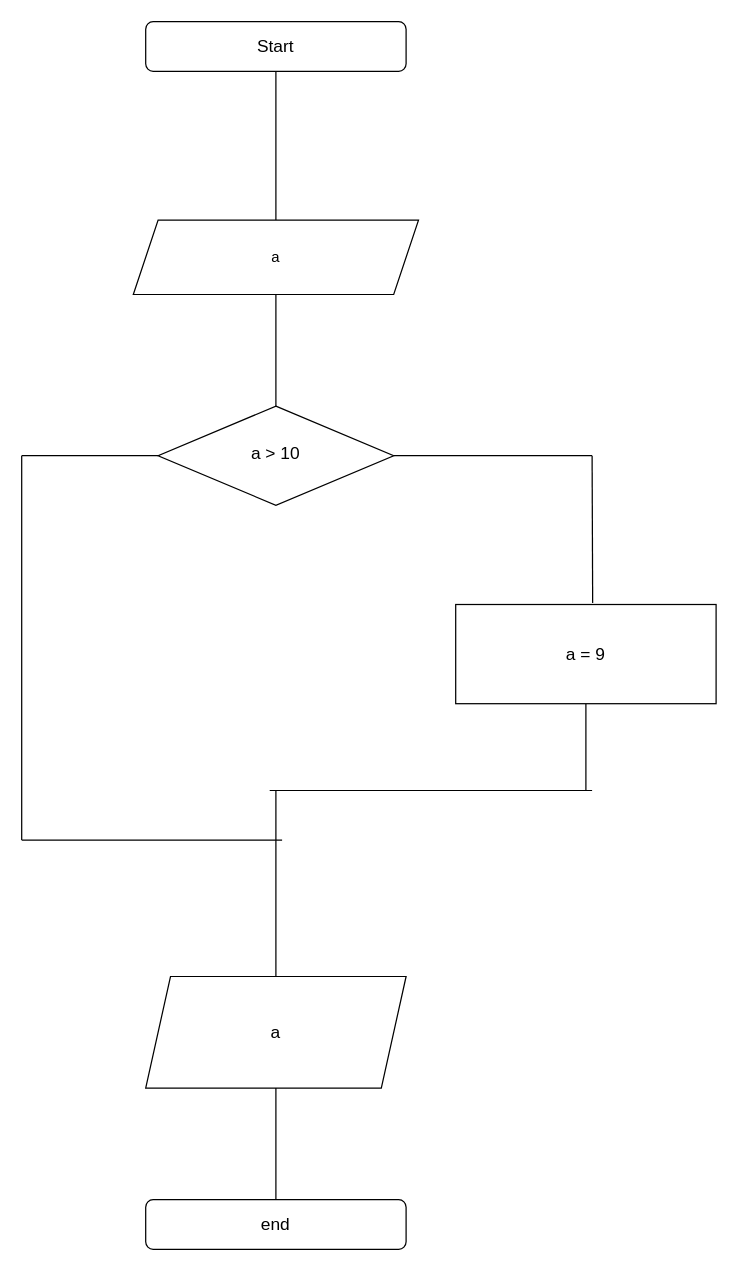
This is flowchart.drawio from zanaviska/diploma, a draw.io file, before an edit. Source tidied: cells renumbered, new cells numbered last; positions are measured from the earlier drawing's top-left corner, leaving out a move shared by most shapes. Both pictures are drawn from the tidied source at 124%, with x=0, y=0 at pixel (21, 21).
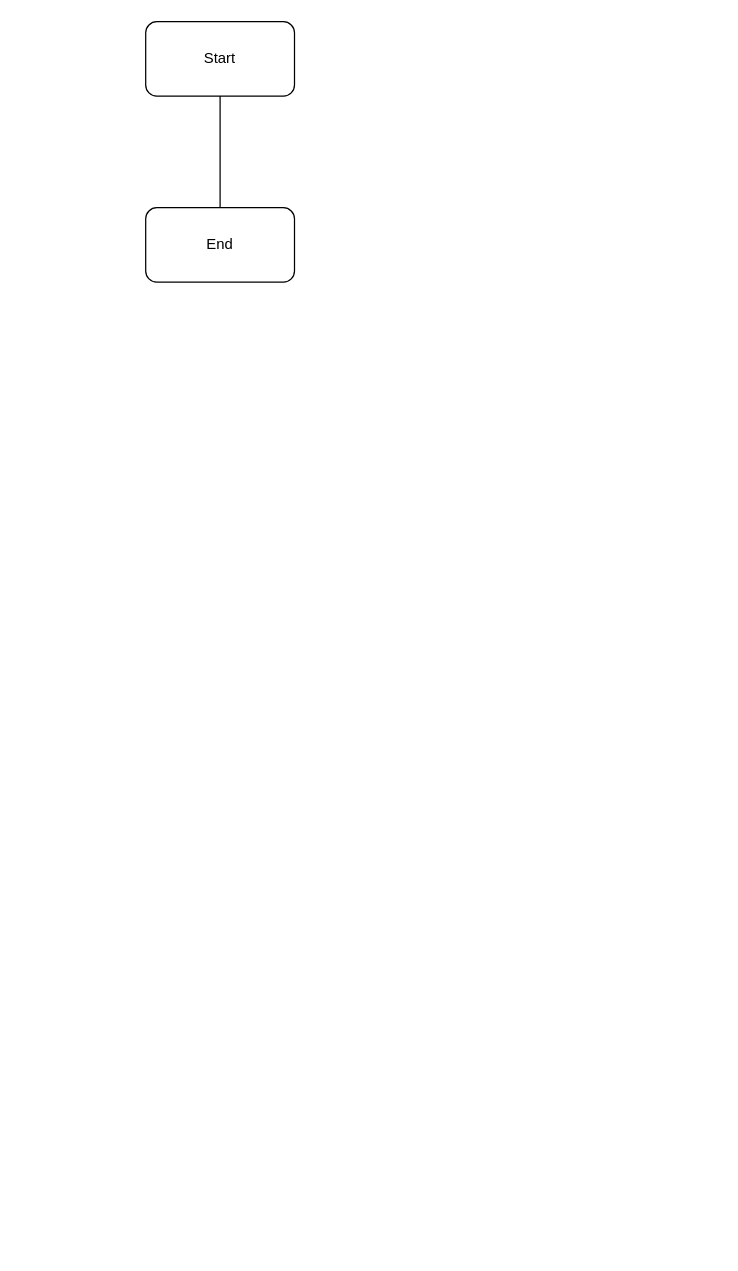
The same page after the edit.

Commit message (it also covers changes not shown here):
changed input word

Diff of the diagram source:
```diff
@@
-    <mxCell id="2" value="&lt;font style=&quot;font-size: 14px&quot;&gt;Start&lt;/font&gt;" style="rounded=1;whiteSpace=wrap;html=1;fontSize=12;glass=0;strokeWidth=1;shadow=0;" parent="1" vertex="1">
-      <mxGeometry x="100" width="210" height="40" as="geometry" />
+    <mxCell id="2" value="Start" style="rounded=1;whiteSpace=wrap;html=1;" parent="1" vertex="1">
+      <mxGeometry x="100" width="120" height="60" as="geometry" />
     </mxCell>
-    <mxCell id="3" value="&lt;font style=&quot;font-size: 14px&quot;&gt;a &amp;gt; 10&lt;/font&gt;" style="rhombus;whiteSpace=wrap;html=1;shadow=0;fontFamily=Helvetica;fontSize=12;align=center;strokeWidth=1;spacing=6;spacingTop=-4;" parent="1" vertex="1">
-      <mxGeometry x="110" y="310" width="190" height="80" as="geometry" />
-    </mxCell>
-    <mxCell id="4" value="&lt;font style=&quot;font-size: 14px&quot;&gt;end&lt;/font&gt;" style="rounded=1;whiteSpace=wrap;html=1;fontSize=12;glass=0;strokeWidth=1;shadow=0;" parent="1" vertex="1">
-      <mxGeometry x="100" y="950" width="210" height="40" as="geometry" />
-    </mxCell>
-    <mxCell id="5" style="endArrow=none;html=1;entryX=0.5;entryY=1;entryDx=0;entryDy=0;exitX=0.5;exitY=0;exitDx=0;exitDy=0;strokeWidth=1;" parent="1" edge="1" source="9" target="2">
-      <mxGeometry relative="1" as="geometry" />
-    </mxCell>
-    <mxCell id="6" style="endArrow=none;html=1;entryX=1;entryY=0.5;entryDx=0;entryDy=0;strokeWidth=1;" parent="1" edge="1" target="3">
-      <mxGeometry relative="1" as="geometry">
-        <mxPoint x="460" y="350" as="sourcePoint" />
-      </mxGeometry>
-    </mxCell>
-    <mxCell id="7" style="endArrow=none;html=1;entryX=0.5;entryY=1;entryDx=0;entryDy=0;strokeWidth=1;" parent="1" edge="1" target="8">
-      <mxGeometry relative="1" as="geometry">
-        <mxPoint x="455" y="620" as="sourcePoint" />
-      </mxGeometry>
-    </mxCell>
-    <mxCell id="8" value="&lt;font style=&quot;font-size: 14px&quot;&gt;a = 9&lt;/font&gt;" style="rounded=0;whiteSpace=wrap;html=1;strokeWidth=1;" parent="1" vertex="1">
-      <mxGeometry x="350" y="470" width="210" height="80" as="geometry" />
-    </mxCell>
-    <mxCell id="9" value="a" style="shape=parallelogram;perimeter=parallelogramPerimeter;whiteSpace=wrap;html=1;fixedSize=1;strokeWidth=1;" parent="1" vertex="1">
-      <mxGeometry x="90" y="160" width="230" height="60" as="geometry" />
-    </mxCell>
-    <mxCell id="10" style="endArrow=none;html=1;strokeWidth=1;entryX=0.5;entryY=1;entryDx=0;entryDy=0;exitX=0.5;exitY=0;exitDx=0;exitDy=0;" parent="1" edge="1" source="3" target="9">
-      <mxGeometry relative="1" as="geometry" />
-    </mxCell>
-    <mxCell id="11" style="endArrow=none;html=1;strokeWidth=1;exitX=0.526;exitY=-0.015;exitDx=0;exitDy=0;exitPerimeter=0;" parent="1" edge="1" source="8">
-      <mxGeometry relative="1" as="geometry">
-        <mxPoint x="460" y="350" as="targetPoint" />
-      </mxGeometry>
-    </mxCell>
-    <mxCell id="12" style="endArrow=none;html=1;strokeWidth=1;entryX=0;entryY=0.5;entryDx=0;entryDy=0;" parent="1" edge="1" target="3">
-      <mxGeometry relative="1" as="geometry">
-        <mxPoint y="350" as="sourcePoint" />
-      </mxGeometry>
-    </mxCell>
-    <mxCell id="13" style="endArrow=none;html=1;strokeWidth=1;" parent="1" edge="1">
-      <mxGeometry relative="1" as="geometry">
-        <mxPoint y="660" as="sourcePoint" />
-        <mxPoint y="350" as="targetPoint" />
-      </mxGeometry>
-    </mxCell>
-    <mxCell id="14" style="endArrow=none;html=1;strokeWidth=1;" parent="1" edge="1">
-      <mxGeometry relative="1" as="geometry">
-        <mxPoint x="200" y="620" as="sourcePoint" />
-        <mxPoint x="460" y="620" as="targetPoint" />
-      </mxGeometry>
-    </mxCell>
-    <mxCell id="15" style="endArrow=none;html=1;strokeWidth=1;exitX=0.5;exitY=0;exitDx=0;exitDy=0;" parent="1" edge="1" source="17">
-      <mxGeometry relative="1" as="geometry">
-        <mxPoint x="205" y="620" as="targetPoint" />
-      </mxGeometry>
-    </mxCell>
-    <mxCell id="16" style="endArrow=none;html=1;strokeWidth=1;" parent="1" edge="1">
-      <mxGeometry relative="1" as="geometry">
-        <mxPoint y="660" as="sourcePoint" />
-        <mxPoint x="210" y="660" as="targetPoint" />
-      </mxGeometry>
-    </mxCell>
-    <mxCell id="17" value="&lt;font style=&quot;font-size: 14px&quot;&gt;a&lt;/font&gt;" style="shape=parallelogram;perimeter=parallelogramPerimeter;whiteSpace=wrap;html=1;fixedSize=1;strokeWidth=1;" parent="1" vertex="1">
-      <mxGeometry x="100" y="770" width="210" height="90" as="geometry" />
-    </mxCell>
-    <mxCell id="18" style="endArrow=none;html=1;strokeWidth=1;entryX=0.5;entryY=1;entryDx=0;entryDy=0;exitX=0.5;exitY=0;exitDx=0;exitDy=0;" parent="1" edge="1" source="4" target="17">
-      <mxGeometry relative="1" as="geometry" />
-    </mxCell>
+    <mxCell id="19" value="End" style="rounded=1;whiteSpace=wrap;html=1;" parent="1" vertex="1">
+      <mxGeometry x="100" y="150" width="120" height="60" as="geometry" />
+    </mxCell>
+    <mxCell id="20" style="endArrow=none;html=1;entryX=0.5;entryY=1;entryDx=0;entryDy=0;exitX=0.5;exitY=0;exitDx=0;exitDy=0;" parent="1" edge="1" source="19" target="2">
+      <mxGeometry relative="1" as="geometry" />
+    </mxCell>
```
